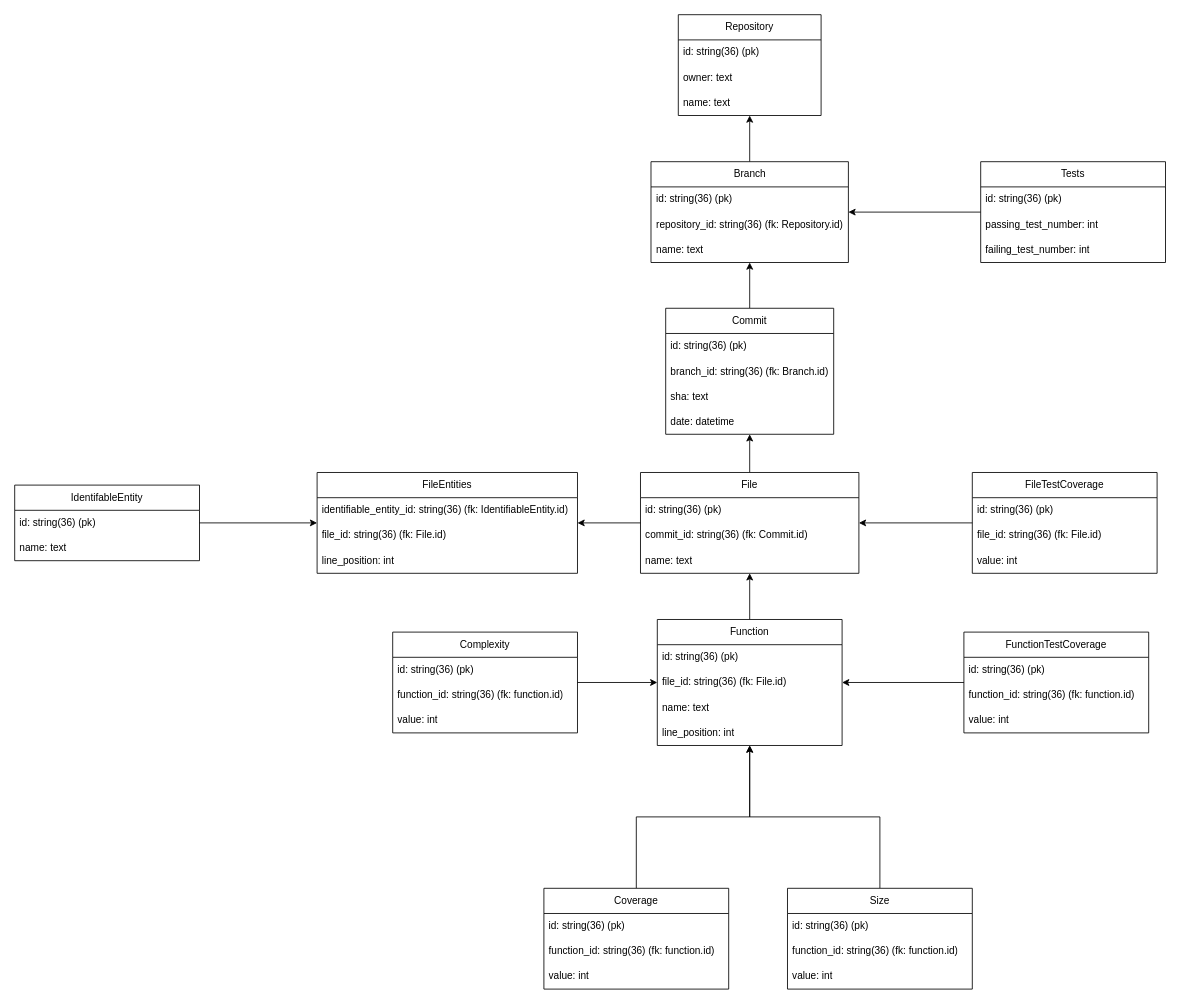
This is doc/class_diagram.drawio from CAMaji/technical_debts, a draw.io file, before an edit. Source tidied: cells renumbered, new cells numbered last; positions are measured from the earlier drawing's top-left corner, leaving out a move shared by most shapes. Both pictures are drawn from the tidied source at 84%, with x=0, y=0 at pixel (14, 14).
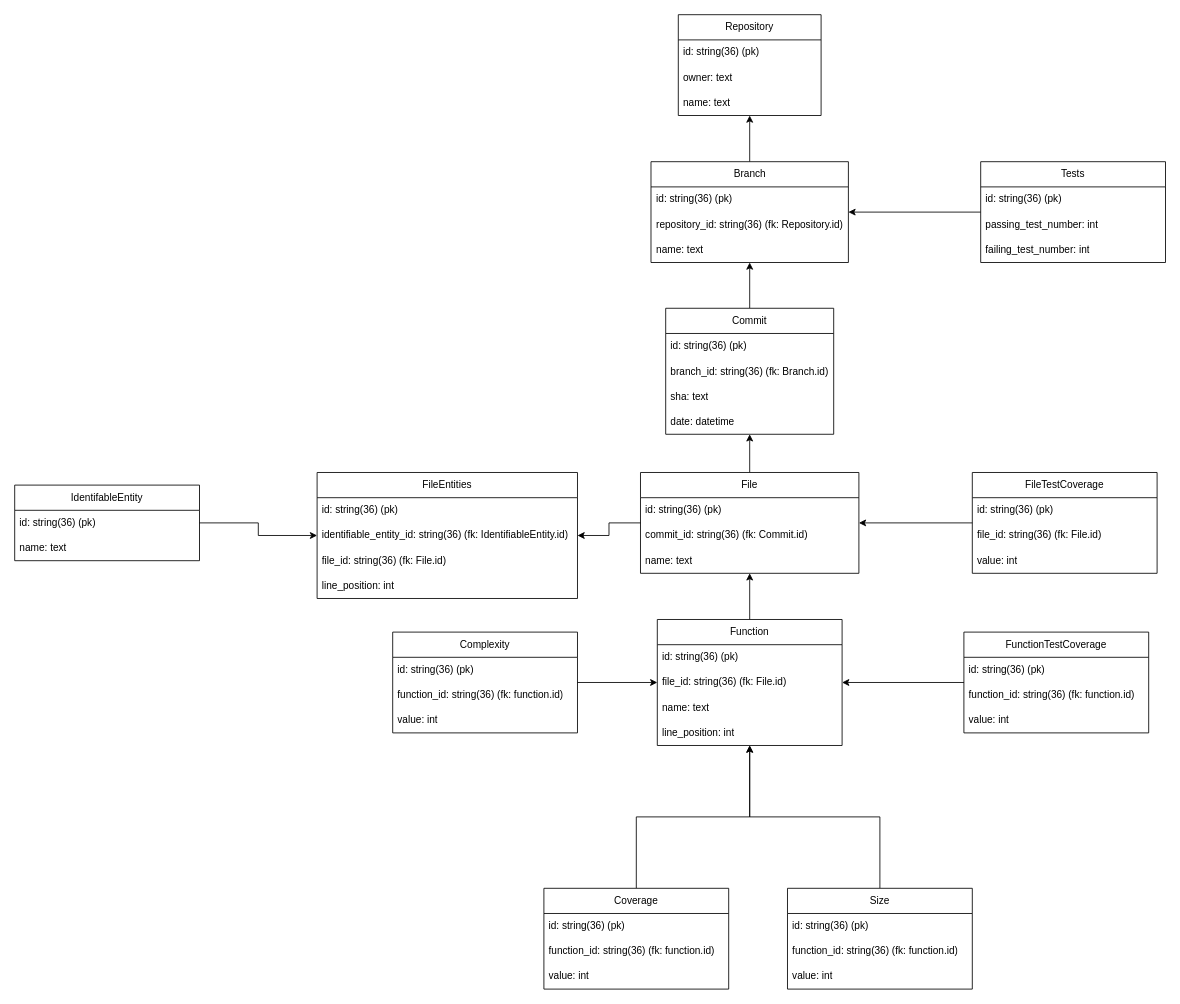
After the change.

The edit, as a diff of the source:
```diff
@@
     <mxCell id="53" value="FileEntities" style="swimlane;fontStyle=0;horizontal=1;startSize=30;whiteSpace=wrap;html=1;" parent="1" vertex="1">
-      <mxGeometry x="360" y="545" width="310" height="120" as="geometry" />
+      <mxGeometry x="360" y="545" width="310" height="150" as="geometry" />
     </mxCell>
+    <mxCell id="67" value="id: string(36) (pk)" style="text;strokeColor=none;fillColor=none;align=left;verticalAlign=middle;spacingLeft=4;spacingRight=4;overflow=hidden;whiteSpace=wrap;html=1;" parent="53" vertex="1">
+      <mxGeometry y="30" width="310" height="30" as="geometry" />
+    </mxCell>
     <mxCell id="54" value="identifiable_entity_id: string(36) (fk: IdentifiableEntity.id)" style="text;strokeColor=none;fillColor=none;align=left;verticalAlign=middle;spacingLeft=4;spacingRight=4;overflow=hidden;whiteSpace=wrap;html=1;" parent="53" vertex="1">
-      <mxGeometry y="30" width="310" height="30" as="geometry" />
+      <mxGeometry y="60" width="310" height="30" as="geometry" />
     </mxCell>
     <mxCell id="55" value="file_id: string(36) (fk: File.id)" style="text;strokeColor=none;fillColor=none;align=left;verticalAlign=middle;spacingLeft=4;spacingRight=4;overflow=hidden;whiteSpace=wrap;html=1;" parent="53" vertex="1">
-      <mxGeometry y="60" width="310" height="30" as="geometry" />
+      <mxGeometry y="90" width="310" height="30" as="geometry" />
     </mxCell>
     <mxCell id="56" value="line_position: int" style="text;strokeColor=none;fillColor=none;align=left;verticalAlign=middle;spacingLeft=4;spacingRight=4;overflow=hidden;whiteSpace=wrap;html=1;" parent="53" vertex="1">
-      <mxGeometry y="90" width="310" height="30" as="geometry" />
+      <mxGeometry y="120" width="310" height="30" as="geometry" />
     </mxCell>
```
